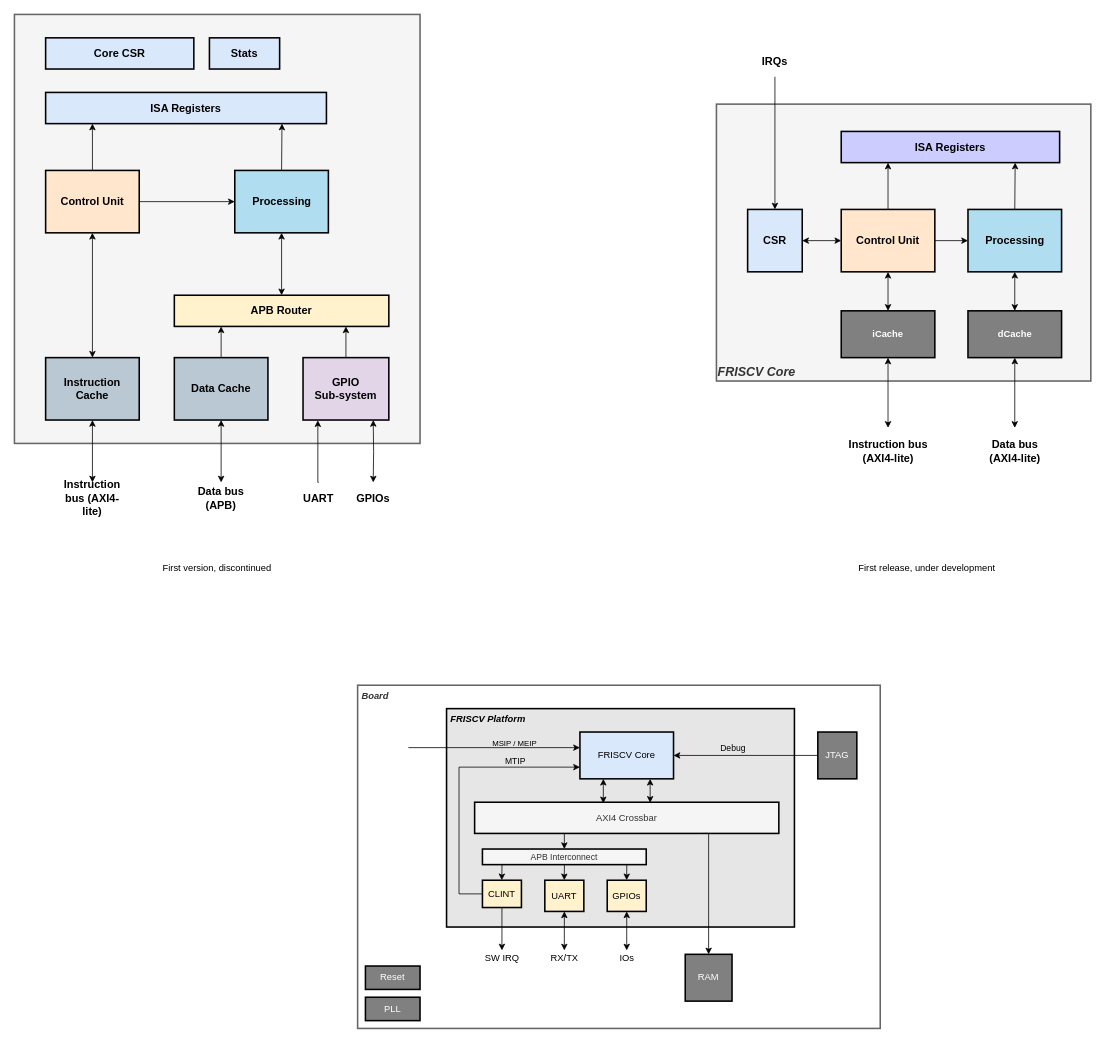
Above: page "Core/Platform" (2 of 12) of doc/friscv.drawio in dpretet/friscv (draw.io), before the change. Source tidied: cells renumbered, new cells numbered last; positions are measured from the earlier drawing's top-left corner, leaving out a move shared by most shapes. Both pictures are drawn from the tidied source at 78%, with x=0, y=0 at pixel (14, 14).
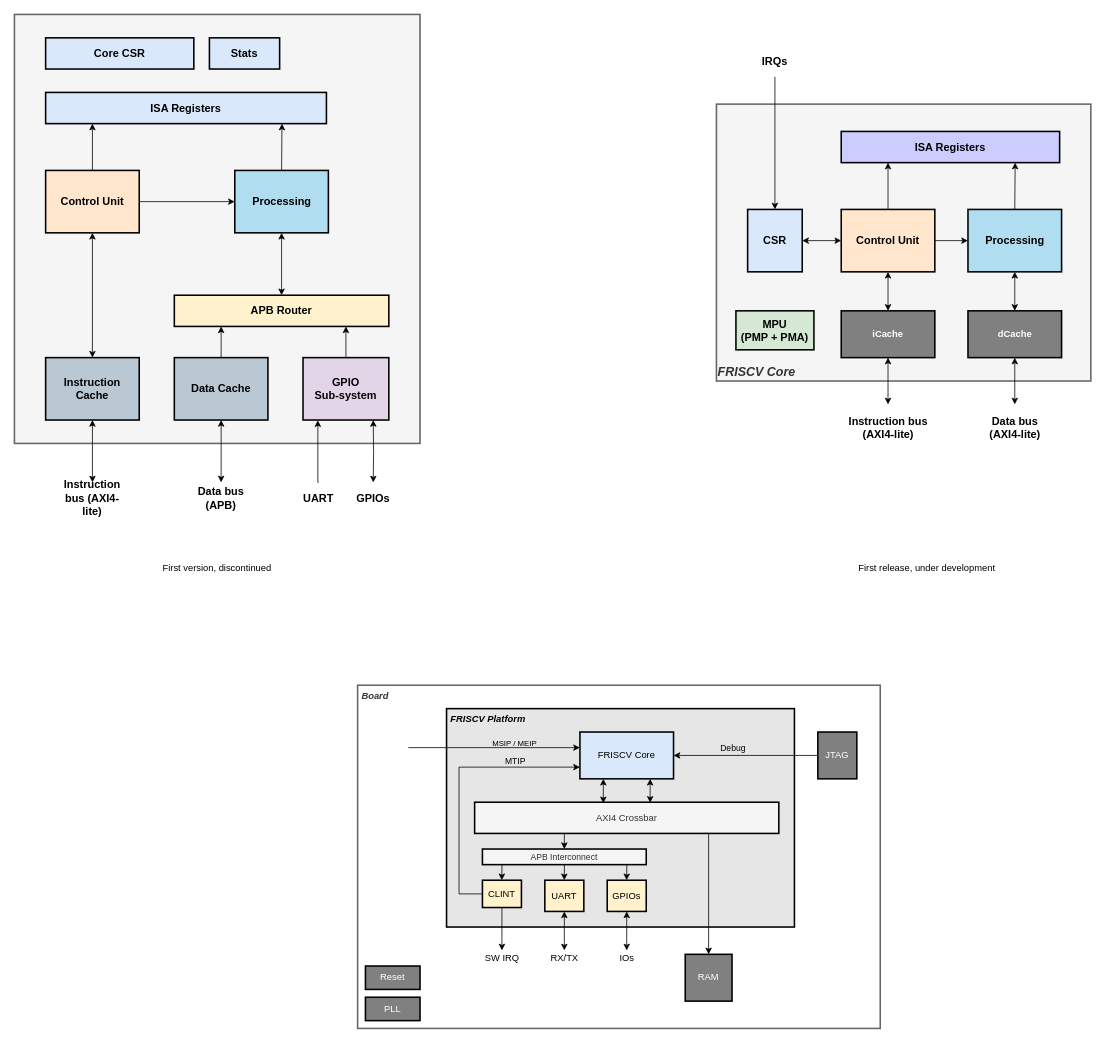
After the change.

Diff of the diagram source:
```diff
@@
     <mxCell id="39" value="Data bus (AXI4-lite)" style="text;html=1;strokeColor=none;fillColor=none;align=center;verticalAlign=middle;whiteSpace=wrap;rounded=0;fontStyle=1;fontSize=14;" parent="1" vertex="1">
-      <mxGeometry x="1247.5" y="530" width="70" height="60" as="geometry" />
+      <mxGeometry x="1247.5" y="500" width="70" height="60" as="geometry" />
     </mxCell>
     <mxCell id="40" value="Instruction bus (AXI4-lite)" style="text;html=1;strokeColor=none;fillColor=none;align=center;verticalAlign=middle;whiteSpace=wrap;rounded=0;fontStyle=1;fontSize=14;" parent="1" vertex="1">
-      <mxGeometry x="1067.5" y="530" width="105" height="60" as="geometry" />
+      <mxGeometry x="1067.5" y="500" width="105" height="60" as="geometry" />
     </mxCell>
@@
+    <mxCell id="80" value="MPU &lt;br&gt;(PMP + PMA)" style="rounded=0;whiteSpace=wrap;html=1;fillColor=#d5e8d4;strokeWidth=2;fontSize=14;fontStyle=1;strokeColor=#000000;" parent="1" vertex="1">
+      <mxGeometry x="925" y="380" width="100" height="50" as="geometry" />
+    </mxCell>
```
